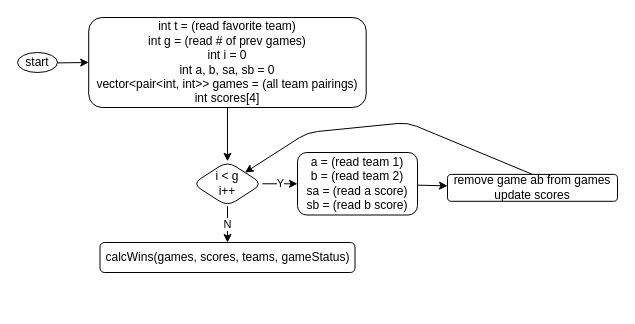
The draw.io diagram page "main" (1 of 2) of c++/cccPractice/problems/senior/2013/design/s3.dio in andrew-canada/gomoku, before the edit. Source tidied: cells renumbered, new cells numbered last; positions are measured from the earlier drawing's top-left corner, leaving out a move shared by most shapes. Both pictures are drawn from the tidied source at 100%, with x=0, y=0 at pixel (17, 17).
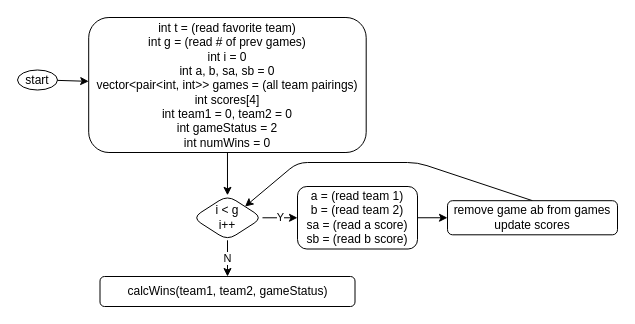
Above is the later version.

What changed in the source:
```diff
@@
 <mxGraphModel>
   <root>
     <mxCell id="0" />
     <mxCell id="1" parent="0" />
     <mxCell id="2" style="edgeStyle=none;html=1;" parent="1" edge="1" source="3" target="8">
       <mxGeometry relative="1" as="geometry" />
     </mxCell>
-    <mxCell id="3" value="int t = (read favorite team)&lt;br&gt;int g = (read # of prev games)&lt;br&gt;int i = 0&lt;br&gt;int a, b, sa, sb = 0&lt;br&gt;vector&amp;lt;pair&amp;lt;int, int&amp;gt;&amp;gt; games = (all team pairings)&lt;br&gt;int scores[4]" style="rounded=1;whiteSpace=wrap;html=1;" parent="1" vertex="1">
-      <mxGeometry x="71.2" width="277.5" height="90" as="geometry" />
+    <mxCell id="3" value="int t = (read favorite team)&lt;br&gt;int g = (read # of prev games)&lt;br&gt;int i = 0&lt;br&gt;int a, b, sa, sb = 0&lt;br&gt;vector&amp;lt;pair&amp;lt;int, int&amp;gt;&amp;gt; games = (all team pairings)&lt;br&gt;int scores[4]&lt;br&gt;int team1 = 0, team2 = 0&lt;br&gt;int gameStatus = 2&lt;br&gt;int numWins = 0" style="rounded=1;whiteSpace=wrap;html=1;" parent="1" vertex="1">
+      <mxGeometry x="71.2" width="277.5" height="135" as="geometry" />
     </mxCell>
     <mxCell id="4" style="edgeStyle=none;html=1;" parent="1" edge="1" source="5" target="3">
       <mxGeometry relative="1" as="geometry" />
     </mxCell>
     <mxCell id="5" value="start" style="ellipse;whiteSpace=wrap;html=1;" parent="1" vertex="1">
-      <mxGeometry y="35" width="40" height="20" as="geometry" />
+      <mxGeometry y="52.5" width="40" height="20" as="geometry" />
     </mxCell>
     <mxCell id="6" value="Y" style="edgeStyle=none;html=1;" parent="1" edge="1" source="8" target="10">
       <mxGeometry relative="1" as="geometry" />
     </mxCell>
     <mxCell id="7" value="N" style="edgeStyle=none;html=1;" parent="1" edge="1" source="8" target="11">
       <mxGeometry relative="1" as="geometry" />
     </mxCell>
     <mxCell id="8" value="i &amp;lt; g&lt;br&gt;i++" style="rhombus;whiteSpace=wrap;html=1;rounded=1;" parent="1" vertex="1">
-      <mxGeometry x="175" y="143.8" width="70" height="45" as="geometry" />
+      <mxGeometry x="175" y="177.8" width="70" height="45" as="geometry" />
     </mxCell>
     <mxCell id="9" style="edgeStyle=none;html=1;" parent="1" edge="1" source="10" target="13">
       <mxGeometry relative="1" as="geometry" />
     </mxCell>
     <mxCell id="10" value="a = (read team 1)&lt;br&gt;b = (read team 2)&lt;br&gt;sa = (read a score)&lt;br&gt;sb = (read b score)" style="whiteSpace=wrap;html=1;rounded=1;" parent="1" vertex="1">
-      <mxGeometry x="280" y="135" width="120" height="62.5" as="geometry" />
+      <mxGeometry x="280" y="169" width="120" height="62.5" as="geometry" />
     </mxCell>
-    <mxCell id="11" value="calcWins(games, scores, teams, gameStatus)" style="whiteSpace=wrap;html=1;rounded=1;" parent="1" vertex="1">
-      <mxGeometry x="82.5" y="225" width="255" height="30" as="geometry" />
+    <mxCell id="11" value="calcWins(team1, team2, gameStatus)" style="whiteSpace=wrap;html=1;rounded=1;" parent="1" vertex="1">
+      <mxGeometry x="82.5" y="259" width="255" height="30" as="geometry" />
     </mxCell>
     <mxCell id="12" style="edgeStyle=none;html=1;exitX=0.5;exitY=0;exitDx=0;exitDy=0;entryX=1;entryY=0;entryDx=0;entryDy=0;" parent="1" edge="1" source="13" target="8">
       <mxGeometry relative="1" as="geometry">
         <Array as="points">
-          <mxPoint x="390" y="105" />
-          <mxPoint x="290" y="115" />
+          <mxPoint x="400" y="145" />
+          <mxPoint x="280" y="145" />
         </Array>
       </mxGeometry>
     </mxCell>
     <mxCell id="13" value="remove game ab from games&lt;br&gt;update scores" style="whiteSpace=wrap;html=1;rounded=1;" parent="1" vertex="1">
-      <mxGeometry x="430" y="156.9" width="170" height="26.9" as="geometry" />
+      <mxGeometry x="430" y="183.2" width="170" height="34.1" as="geometry" />
     </mxCell>
   </root>
 </mxGraphModel>
```
